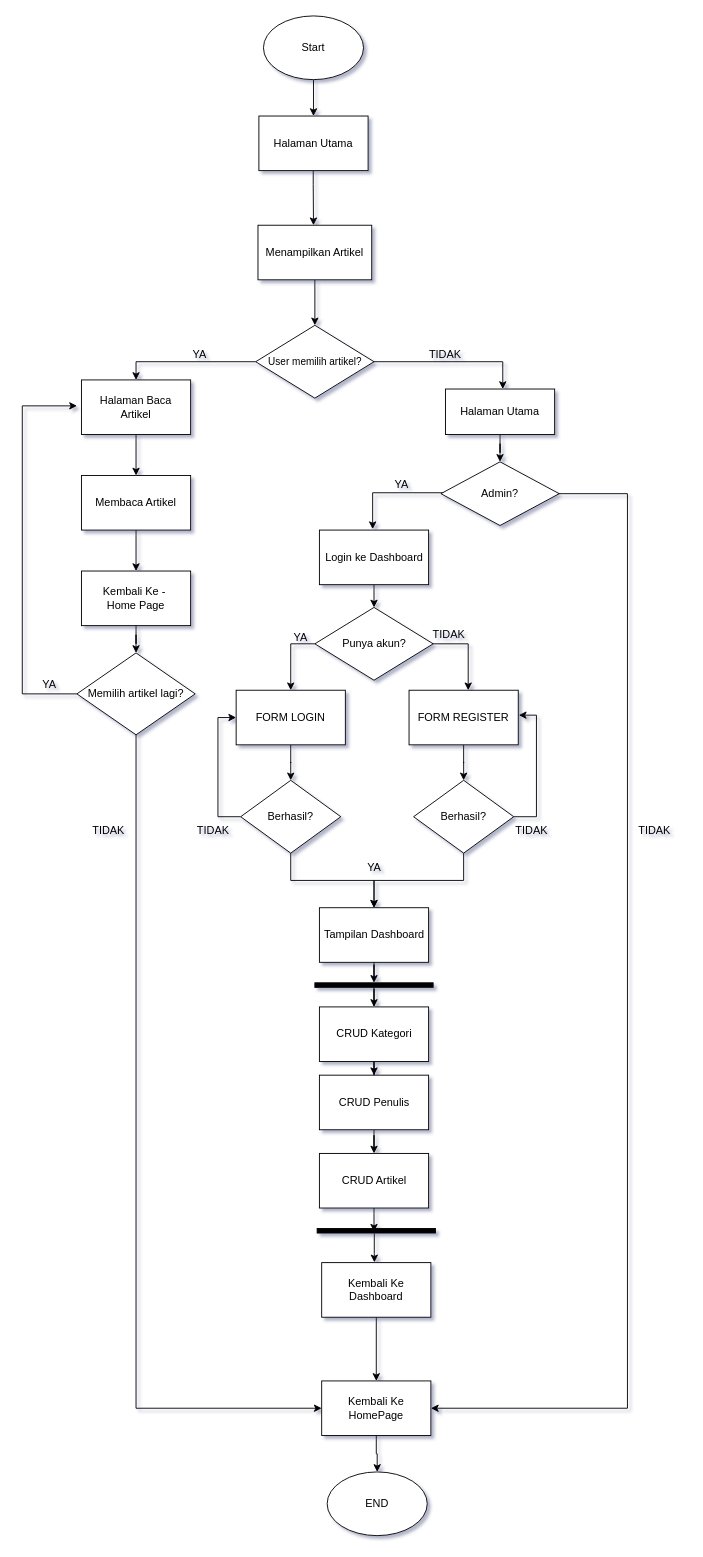
This is Untitled Diagram.drawio from EnjoyUrLife69/P5-PROJECT, a draw.io file, before an edit. Source tidied: cells renumbered, new cells numbered last; positions are measured from the earlier drawing's top-left corner, leaving out a move shared by most shapes. Both pictures are drawn from the tidied source at 91%, with x=0, y=0 at pixel (22, 15).
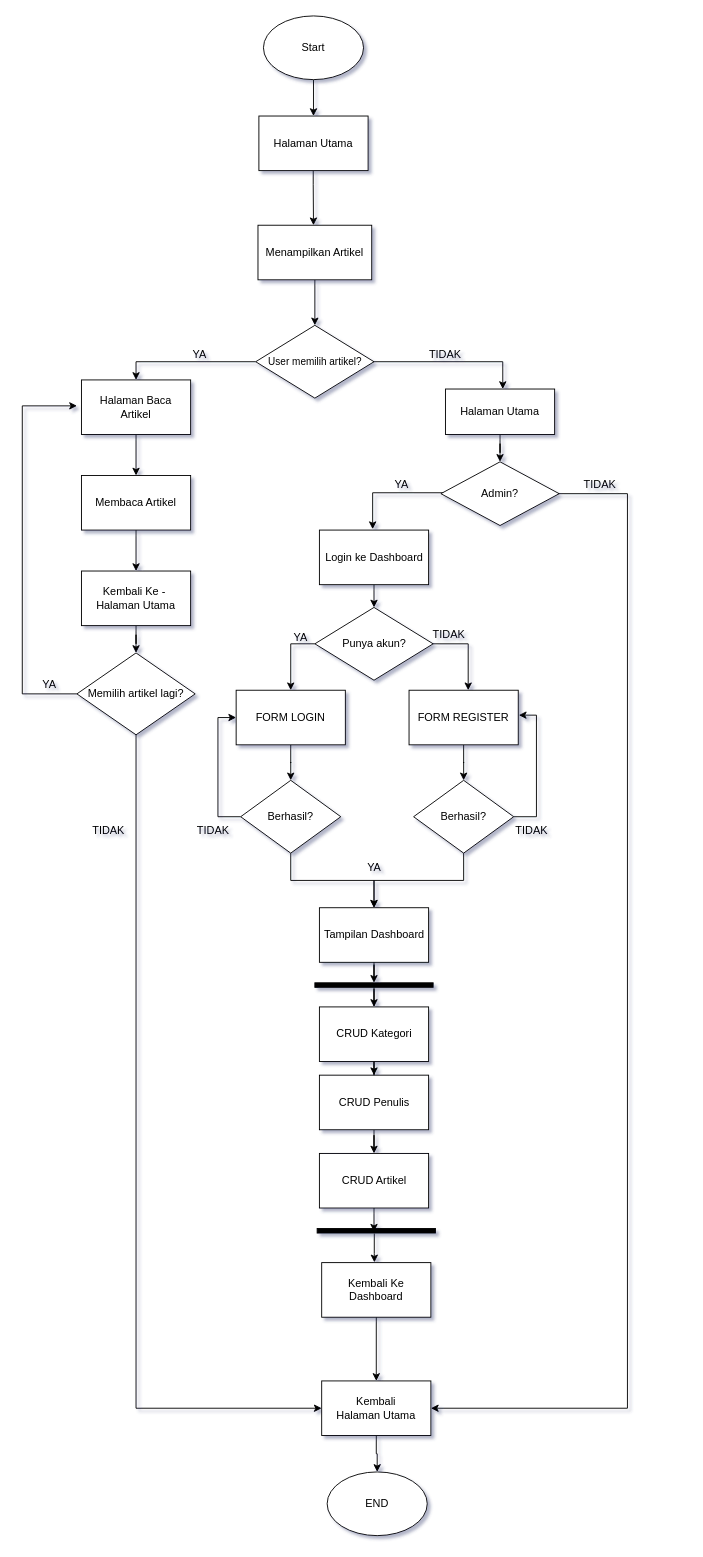
After the change.

The edit, as a diff of the source:
```diff
@@
-    <mxCell id="16" value="Kembali Ke -&amp;nbsp;&lt;div&gt;Home Page&lt;/div&gt;" style="whiteSpace=wrap;html=1;" parent="1" vertex="1">
+    <mxCell id="16" value="Kembali Ke -&amp;nbsp;&lt;div&gt;Halaman Utama&lt;/div&gt;" style="whiteSpace=wrap;html=1;" parent="1" vertex="1">
       <mxGeometry x="65" y="610" width="120" height="60" as="geometry" />
     </mxCell>
@@
     <mxCell id="41" value="TIDAK" style="text;strokeColor=none;align=center;fillColor=none;html=1;verticalAlign=middle;whiteSpace=wrap;rounded=0;" parent="1" vertex="1">
-      <mxGeometry x="665" y="880" width="60" height="30" as="geometry" />
+      <mxGeometry x="605" y="500" width="60" height="30" as="geometry" />
     </mxCell>
@@
-    <mxCell id="66" value="Kembali Ke HomePage" style="rounded=0;whiteSpace=wrap;html=1;" parent="1" vertex="1">
+    <mxCell id="66" value="&lt;div&gt;Kembali&lt;/div&gt;Halaman Utama" style="rounded=0;whiteSpace=wrap;html=1;" parent="1" vertex="1">
       <mxGeometry x="329" y="1500" width="120" height="60" as="geometry" />
     </mxCell>
```
